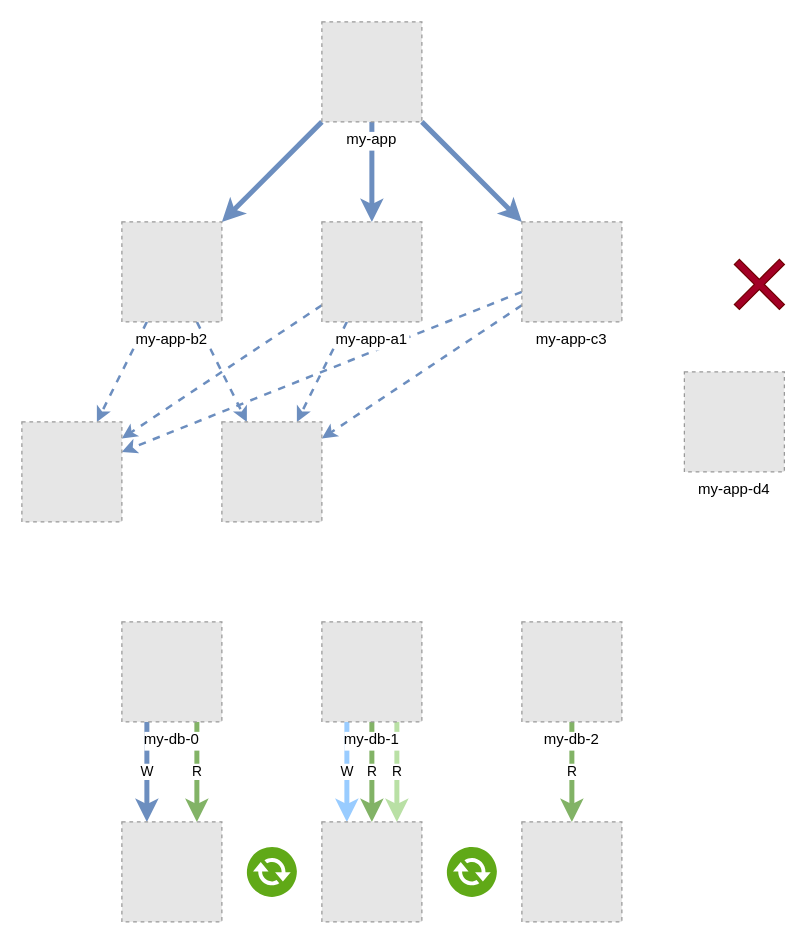
This is page "第 6 页" (6 of 8) of st/k8s.drawio from gaivin/drawio, a draw.io file, before an edit. Source tidied: cells renumbered, new cells numbered last; positions are measured from the earlier drawing's top-left corner, leaving out a move shared by most shapes. Both pictures are drawn from the tidied source at 125%, with x=0, y=0 at pixel (21, 21). Pictures stored in the file or linked from it are replaced by grey dashed boxes.
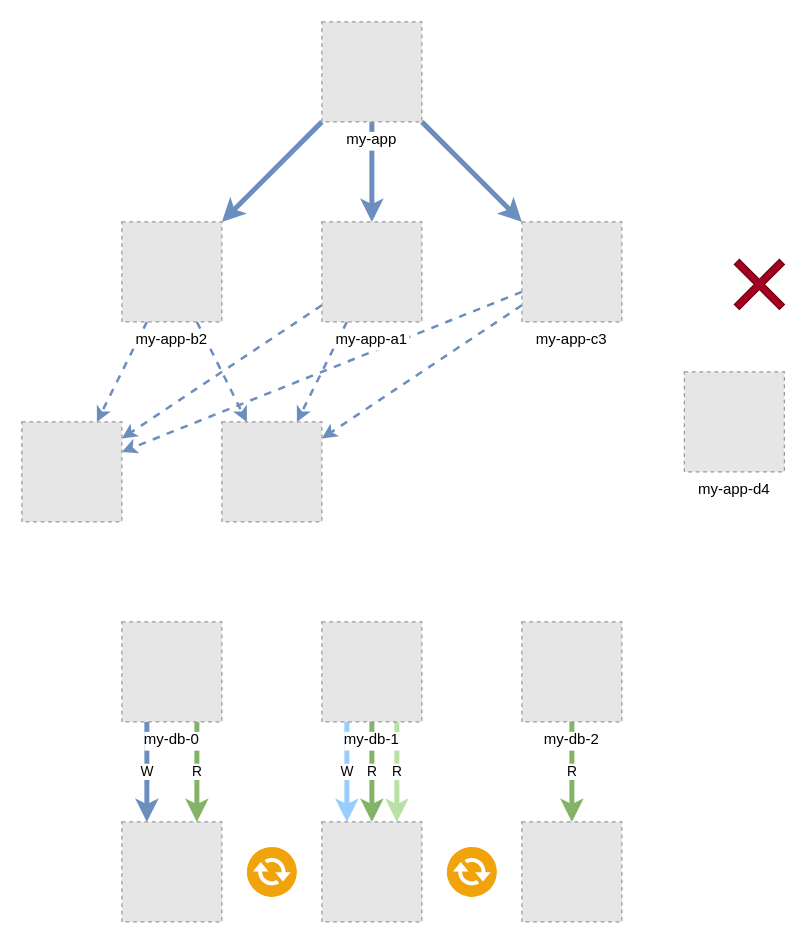
After the change.

The edit, as a diff of the source:
```diff
@@
-    <mxCell id="26" style="sketch=0;shadow=0;dashed=0;html=1;strokeColor=none;fillColor=#60a917;labelPosition=center;verticalLabelPosition=bottom;verticalAlign=top;align=center;shape=mxgraph.office.communications.exchange_active_sync;fontColor=#ffffff;" parent="1" vertex="1">
+    <mxCell id="26" style="sketch=0;shadow=0;dashed=0;html=1;strokeColor=none;fillColor=#f0a30a;labelPosition=center;verticalLabelPosition=bottom;verticalAlign=top;align=center;shape=mxgraph.office.communications.exchange_active_sync;fontColor=#000000;" parent="1" vertex="1">
       <mxGeometry x="180" y="660" width="40" height="40" as="geometry" />
     </mxCell>
-    <mxCell id="27" style="sketch=0;shadow=0;dashed=0;html=1;strokeColor=none;fillColor=#60a917;labelPosition=center;verticalLabelPosition=bottom;verticalAlign=top;align=center;shape=mxgraph.office.communications.exchange_active_sync;fontColor=#ffffff;" parent="1" vertex="1">
+    <mxCell id="27" style="sketch=0;shadow=0;dashed=0;html=1;strokeColor=none;fillColor=#f0a30a;labelPosition=center;verticalLabelPosition=bottom;verticalAlign=top;align=center;shape=mxgraph.office.communications.exchange_active_sync;fontColor=#000000;" parent="1" vertex="1">
       <mxGeometry x="340" y="660" width="40" height="40" as="geometry" />
     </mxCell>
```
